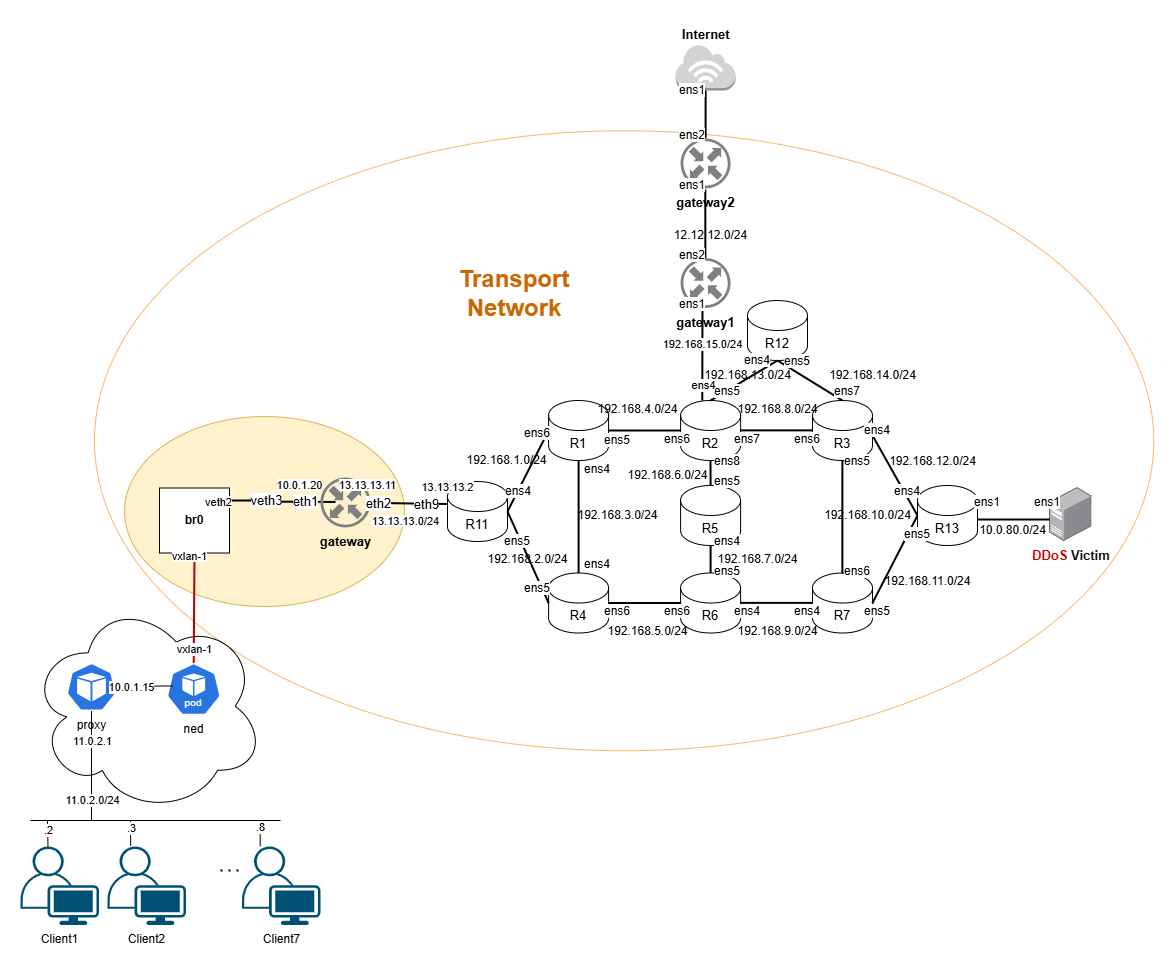
Earlier version of the draw.io export deployment-kne/mouseworld_topology/topology.png (Mouseworld-Lab/NDT-EDGE). Source tidied: cells renumbered, new cells last; positions are measured from the earlier drawing's top-left corner, leaving out a move shared by most shapes.
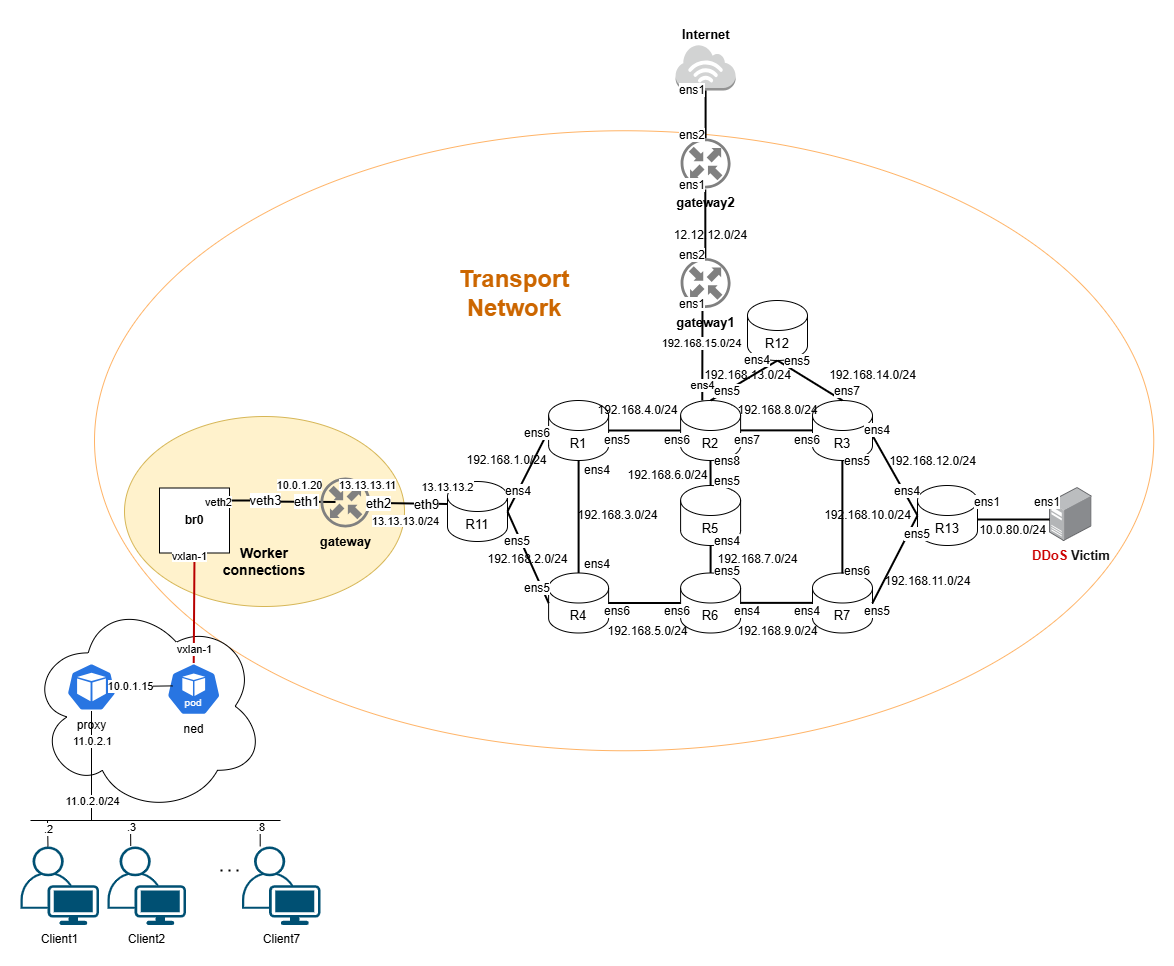
Later version of the same file.

Change to the diagram source:
```diff
@@ -447,5 +447,8 @@
     <mxCell id="130" value=".3" style="edgeLabel;html=1;align=center;verticalAlign=middle;" parent="129" vertex="1">
       <mxGeometry x="0.46" relative="1" as="geometry" />
     </mxCell>
+    <mxCell id="131" value="&lt;span style=&quot;font-size: 14px;&quot;&gt;&lt;b&gt;Worker connections&lt;/b&gt;&lt;/span&gt;" style="text;html=1;align=center;verticalAlign=middle;whiteSpace=wrap;rounded=0;" parent="1" vertex="1">
+      <mxGeometry x="214" y="526" width="60" height="30" as="geometry" />
+    </mxCell>
   </root>
 </mxGraphModel>
```
